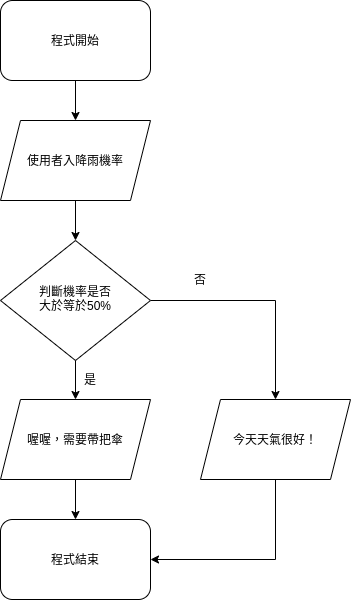
Above: rain_probability.png in Ken0617/ken (draw.io), before the change. Source tidied: cells renumbered, new cells last; positions are measured from the earlier drawing's top-left corner, leaving out a move shared by most shapes.
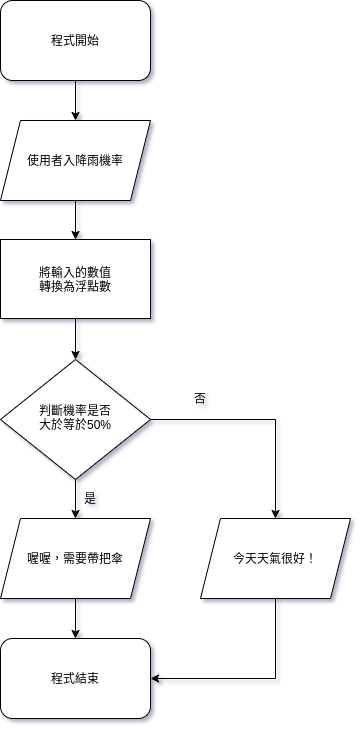
Above is the later version.

What changed in the source:
```diff
@@ -1,9 +1,9 @@
-<mxGraphModel>
+<mxGraphModel background="#ffffff" shadow="1">
   <root>
     <mxCell id="0" />
     <mxCell id="1" parent="0" />
     <mxCell id="2" value="程式開始" style="rounded=1;whiteSpace=wrap;html=1;fontSize=12;glass=0;strokeWidth=1;shadow=0;" parent="1" vertex="1">
-      <mxGeometry width="150" height="80" as="geometry" />
+      <mxGeometry y="-119" width="150" height="80" as="geometry" />
     </mxCell>
     <mxCell id="3" style="edgeStyle=orthogonalEdgeStyle;rounded=0;jettySize=auto;html=1;entryX=0.5;entryY=0;entryDx=0;entryDy=0;" parent="1" edge="1" source="4" target="13">
       <mxGeometry relative="1" as="geometry" />
@@ -11,11 +11,11 @@
     <mxCell id="4" value="判斷機率是否&lt;br&gt;大於等於50%" style="rhombus;whiteSpace=wrap;html=1;shadow=0;fontFamily=Helvetica;fontSize=12;align=center;strokeWidth=1;spacing=6;spacingTop=-4;" parent="1" vertex="1">
       <mxGeometry y="240" width="150" height="120" as="geometry" />
     </mxCell>
-    <mxCell id="5" style="edgeStyle=orthogonalEdgeStyle;rounded=0;jettySize=auto;html=1;exitX=0.5;exitY=1;exitDx=0;exitDy=0;entryX=0.5;entryY=0;entryDx=0;entryDy=0;" parent="1" edge="1" source="6" target="4">
-      <mxGeometry relative="1" as="geometry" />
-    </mxCell>
+    <mxCell id="16" style="edgeStyle=orthogonalEdgeStyle;rounded=0;jettySize=auto;html=1;exitX=0.5;exitY=1;exitDx=0;exitDy=0;entryX=0.5;entryY=0;entryDx=0;entryDy=0;" parent="1" edge="1" source="6" target="18">
+      <mxGeometry relative="1" as="geometry" />
+    </mxCell>
     <mxCell id="6" value="使用者入降雨機率" style="shape=parallelogram;perimeter=parallelogramPerimeter;whiteSpace=wrap;html=1;fixedSize=1;" parent="1" vertex="1">
-      <mxGeometry y="120" width="150" height="80" as="geometry" />
+      <mxGeometry y="1" width="150" height="80" as="geometry" />
     </mxCell>
     <mxCell id="7" style="endArrow=classic;html=1;exitX=0.5;exitY=1;exitDx=0;exitDy=0;entryX=0.5;entryY=0;entryDx=0;entryDy=0;" parent="1" edge="1" source="2" target="6">
       <mxGeometry relative="1" as="geometry" />
@@ -44,5 +44,11 @@
     <mxCell id="15" value="程式結束" style="rounded=1;whiteSpace=wrap;html=1;fontSize=12;glass=0;strokeWidth=1;shadow=0;" parent="1" vertex="1">
       <mxGeometry y="519" width="150" height="80" as="geometry" />
     </mxCell>
+    <mxCell id="17" style="edgeStyle=orthogonalEdgeStyle;rounded=0;jettySize=auto;html=1;exitX=0.5;exitY=1;exitDx=0;exitDy=0;entryX=0.5;entryY=0;entryDx=0;entryDy=0;" parent="1" edge="1" source="18" target="4">
+      <mxGeometry relative="1" as="geometry" />
+    </mxCell>
+    <mxCell id="18" value="將輸入的數值&lt;br&gt;轉換為浮點數" style="rounded=0;whiteSpace=wrap;html=1;" parent="1" vertex="1">
+      <mxGeometry y="120" width="150" height="79" as="geometry" />
+    </mxCell>
   </root>
 </mxGraphModel>
```
